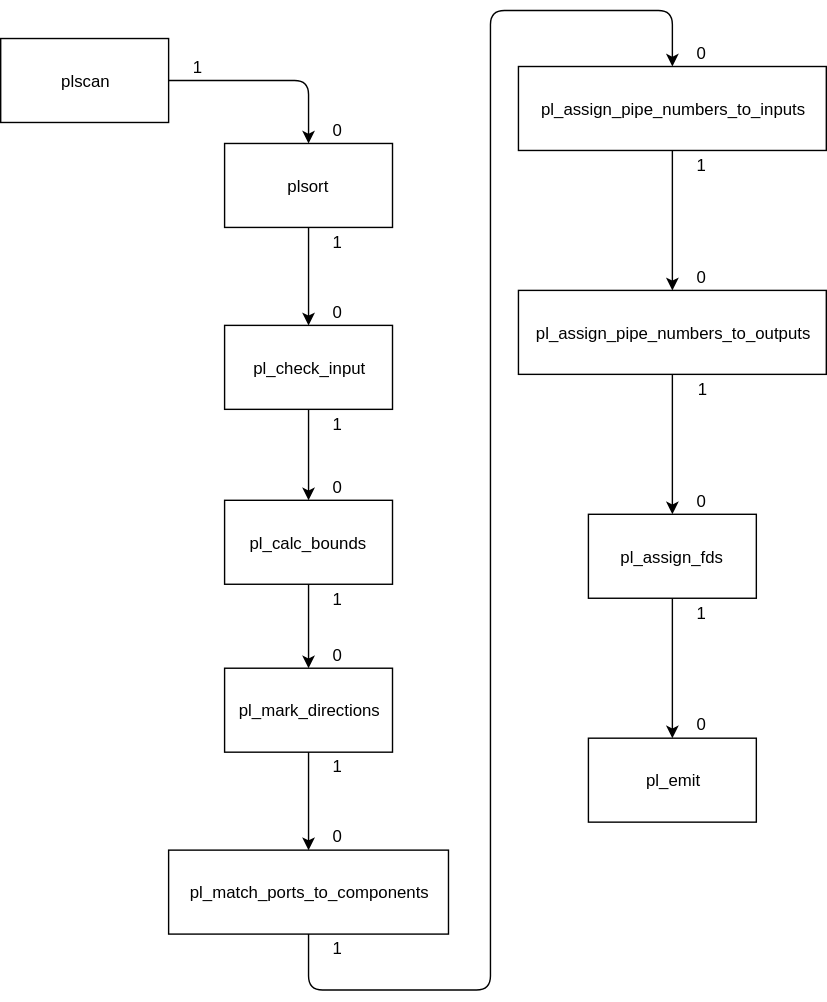
bmfbp/bmfbp keeps this draw.io diagram as bootstrap-svg/yed_compiler_as_svg.svg. Above is the earlier version. Source tidied: cells renumbered, new cells last; positions are measured from the earlier drawing's top-left corner, leaving out a move shared by most shapes.
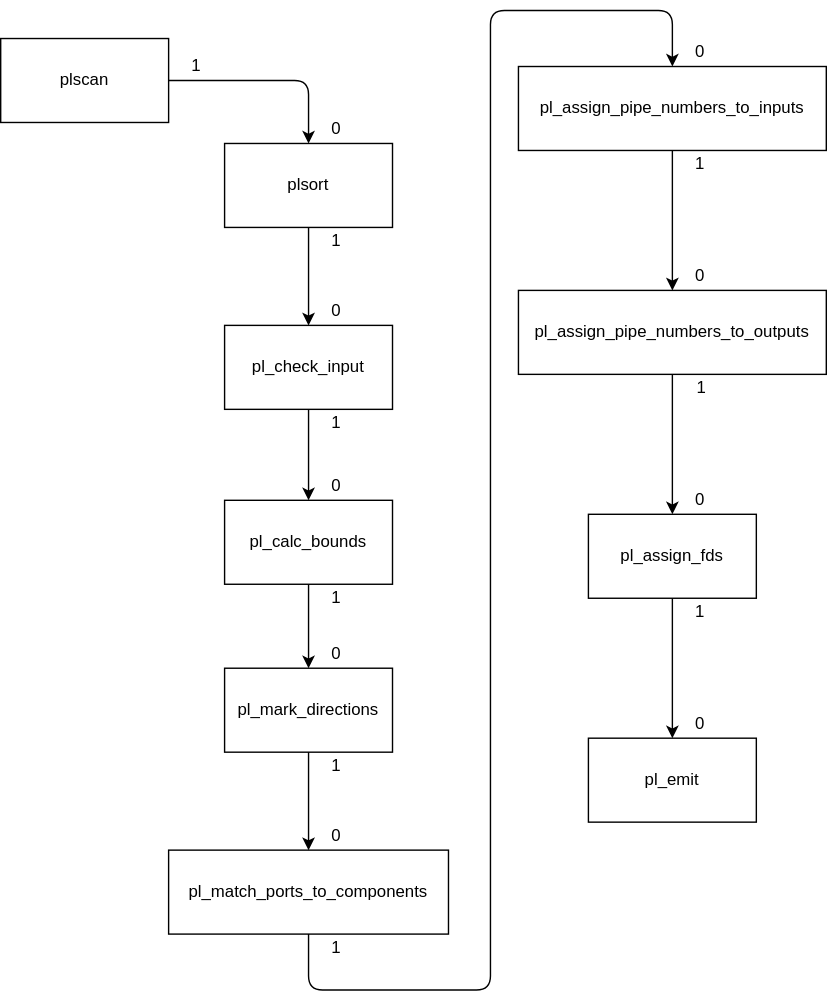
Later version of the same file.

Commit message:
turned off word-wrap

Diff of the diagram source:
```diff
@@ -2,28 +2,28 @@
   <root>
     <mxCell id="0" />
     <mxCell id="1" parent="0" />
-    <mxCell id="2" value="plscan" style="rounded=0;whiteSpace=wrap;" parent="1" vertex="1">
+    <mxCell id="2" value="plscan" style="rounded=0;" parent="1" vertex="1">
       <mxGeometry y="20" width="120" height="60" as="geometry" />
     </mxCell>
-    <mxCell id="3" value="plsort" style="rounded=0;whiteSpace=wrap;" parent="1" vertex="1">
+    <mxCell id="3" value="plsort" style="rounded=0;" parent="1" vertex="1">
       <mxGeometry x="160" y="95" width="120" height="60" as="geometry" />
     </mxCell>
-    <mxCell id="4" value="pl_mark_directions" style="rounded=0;whiteSpace=wrap;" parent="1" vertex="1">
+    <mxCell id="4" value="pl_mark_directions" style="rounded=0;" parent="1" vertex="1">
       <mxGeometry x="160" y="470" width="120" height="60" as="geometry" />
     </mxCell>
-    <mxCell id="5" value="pl_match_ports_to_components" style="rounded=0;whiteSpace=wrap;" parent="1" vertex="1">
+    <mxCell id="5" value="pl_match_ports_to_components" style="rounded=0;" parent="1" vertex="1">
       <mxGeometry x="120" y="600" width="200" height="60" as="geometry" />
     </mxCell>
-    <mxCell id="6" value="pl_assign_pipe_numbers_to_inputs" style="rounded=0;whiteSpace=wrap;" parent="1" vertex="1">
+    <mxCell id="6" value="pl_assign_pipe_numbers_to_inputs" style="rounded=0;" parent="1" vertex="1">
       <mxGeometry x="370" y="40" width="220" height="60" as="geometry" />
     </mxCell>
-    <mxCell id="7" value="pl_assign_pipe_numbers_to_outputs" style="rounded=0;whiteSpace=wrap;" parent="1" vertex="1">
+    <mxCell id="7" value="pl_assign_pipe_numbers_to_outputs" style="rounded=0;" parent="1" vertex="1">
       <mxGeometry x="370" y="200" width="220" height="60" as="geometry" />
     </mxCell>
-    <mxCell id="8" value="pl_assign_fds" style="rounded=0;whiteSpace=wrap;" parent="1" vertex="1">
+    <mxCell id="8" value="pl_assign_fds" style="rounded=0;" parent="1" vertex="1">
       <mxGeometry x="420" y="360" width="120" height="60" as="geometry" />
     </mxCell>
-    <mxCell id="9" value="pl_emit" style="rounded=0;whiteSpace=wrap;" parent="1" vertex="1">
+    <mxCell id="9" value="pl_emit" style="rounded=0;" parent="1" vertex="1">
       <mxGeometry x="420" y="520" width="120" height="60" as="geometry" />
     </mxCell>
     <mxCell id="10" style="endArrow=classic;entryX=0.5;entryY=0;exitX=1;exitY=0.5;" parent="1" edge="1" source="2" target="3">
@@ -55,73 +55,73 @@
         </Array>
       </mxGeometry>
     </mxCell>
-    <mxCell id="16" value="0" style="text;strokeColor=none;fillColor=none;align=center;verticalAlign=middle;whiteSpace=wrap;rounded=0;" parent="1" vertex="1">
+    <mxCell id="16" value="0" style="text;strokeColor=none;fillColor=none;align=center;verticalAlign=middle;rounded=0;" parent="1" vertex="1">
       <mxGeometry x="220" y="75" width="40" height="20" as="geometry" />
     </mxCell>
-    <mxCell id="17" value="0" style="text;strokeColor=none;fillColor=none;align=center;verticalAlign=middle;whiteSpace=wrap;rounded=0;" parent="1" vertex="1">
+    <mxCell id="17" value="0" style="text;strokeColor=none;fillColor=none;align=center;verticalAlign=middle;rounded=0;" parent="1" vertex="1">
       <mxGeometry x="220" y="580" width="40" height="20" as="geometry" />
     </mxCell>
-    <mxCell id="18" value="0" style="text;strokeColor=none;fillColor=none;align=center;verticalAlign=middle;whiteSpace=wrap;rounded=0;" parent="1" vertex="1">
+    <mxCell id="18" value="0" style="text;strokeColor=none;fillColor=none;align=center;verticalAlign=middle;rounded=0;" parent="1" vertex="1">
       <mxGeometry x="220" y="450" width="40" height="20" as="geometry" />
     </mxCell>
-    <mxCell id="19" value="0" style="text;strokeColor=none;fillColor=none;align=center;verticalAlign=middle;rounded=0;whiteSpace=wrap;" parent="1" vertex="1">
+    <mxCell id="19" value="0" style="text;strokeColor=none;fillColor=none;align=center;verticalAlign=middle;rounded=0;" parent="1" vertex="1">
       <mxGeometry x="480" y="20" width="40" height="20" as="geometry" />
     </mxCell>
-    <mxCell id="20" value="0" style="text;strokeColor=none;fillColor=none;align=center;verticalAlign=middle;whiteSpace=wrap;rounded=0;" parent="1" vertex="1">
+    <mxCell id="20" value="0" style="text;strokeColor=none;fillColor=none;align=center;verticalAlign=middle;rounded=0;" parent="1" vertex="1">
       <mxGeometry x="480" y="180" width="40" height="20" as="geometry" />
     </mxCell>
-    <mxCell id="21" value="0" style="text;strokeColor=none;fillColor=none;align=center;verticalAlign=middle;whiteSpace=wrap;rounded=0;" parent="1" vertex="1">
+    <mxCell id="21" value="0" style="text;strokeColor=none;fillColor=none;align=center;verticalAlign=middle;rounded=0;" parent="1" vertex="1">
       <mxGeometry x="480" y="340" width="40" height="20" as="geometry" />
     </mxCell>
-    <mxCell id="22" value="0" style="text;strokeColor=none;fillColor=none;align=center;verticalAlign=middle;whiteSpace=wrap;rounded=0;" parent="1" vertex="1">
+    <mxCell id="22" value="0" style="text;strokeColor=none;fillColor=none;align=center;verticalAlign=middle;rounded=0;" parent="1" vertex="1">
       <mxGeometry x="480" y="500" width="40" height="20" as="geometry" />
     </mxCell>
-    <mxCell id="23" value="1" style="text;strokeColor=none;fillColor=none;align=center;verticalAlign=middle;whiteSpace=wrap;rounded=0;" parent="1" vertex="1">
+    <mxCell id="23" value="1" style="text;strokeColor=none;fillColor=none;align=center;verticalAlign=middle;rounded=0;" parent="1" vertex="1">
       <mxGeometry x="481" y="260" width="40" height="20" as="geometry" />
     </mxCell>
-    <mxCell id="24" value="1" style="text;strokeColor=none;fillColor=none;align=center;verticalAlign=middle;whiteSpace=wrap;rounded=0;" parent="1" vertex="1">
+    <mxCell id="24" value="1" style="text;strokeColor=none;fillColor=none;align=center;verticalAlign=middle;rounded=0;" parent="1" vertex="1">
       <mxGeometry x="120" y="30" width="40" height="20" as="geometry" />
     </mxCell>
-    <mxCell id="25" value="1" style="text;strokeColor=none;fillColor=none;align=center;verticalAlign=middle;whiteSpace=wrap;rounded=0;" parent="1" vertex="1">
+    <mxCell id="25" value="1" style="text;strokeColor=none;fillColor=none;align=center;verticalAlign=middle;rounded=0;" parent="1" vertex="1">
       <mxGeometry x="220" y="155" width="40" height="20" as="geometry" />
     </mxCell>
-    <mxCell id="26" value="1" style="text;strokeColor=none;fillColor=none;align=center;verticalAlign=middle;whiteSpace=wrap;rounded=0;" parent="1" vertex="1">
+    <mxCell id="26" value="1" style="text;strokeColor=none;fillColor=none;align=center;verticalAlign=middle;rounded=0;" parent="1" vertex="1">
       <mxGeometry x="480" y="100" width="40" height="20" as="geometry" />
     </mxCell>
-    <mxCell id="27" value="1" style="text;strokeColor=none;fillColor=none;align=center;verticalAlign=middle;whiteSpace=wrap;rounded=0;" parent="1" vertex="1">
+    <mxCell id="27" value="1" style="text;strokeColor=none;fillColor=none;align=center;verticalAlign=middle;rounded=0;" parent="1" vertex="1">
       <mxGeometry x="480" y="420" width="40" height="20" as="geometry" />
     </mxCell>
-    <mxCell id="28" value="1" style="text;strokeColor=none;fillColor=none;align=center;verticalAlign=middle;whiteSpace=wrap;rounded=0;" parent="1" vertex="1">
+    <mxCell id="28" value="1" style="text;strokeColor=none;fillColor=none;align=center;verticalAlign=middle;rounded=0;" parent="1" vertex="1">
       <mxGeometry x="220" y="660" width="40" height="20" as="geometry" />
     </mxCell>
-    <mxCell id="29" value="1" style="text;strokeColor=none;fillColor=none;align=center;verticalAlign=middle;whiteSpace=wrap;rounded=0;" parent="1" vertex="1">
+    <mxCell id="29" value="1" style="text;strokeColor=none;fillColor=none;align=center;verticalAlign=middle;rounded=0;" parent="1" vertex="1">
       <mxGeometry x="220" y="530" width="40" height="20" as="geometry" />
     </mxCell>
     <mxCell id="30" style="endArrow=classic;html=1;entryX=0.5;entryY=0;exitX=0.5;exitY=1;" parent="1" edge="1" source="32" target="4">
       <mxGeometry relative="1" as="geometry" />
     </mxCell>
-    <mxCell id="31" value="pl_check_input" style="rounded=0;whiteSpace=wrap;" parent="1" vertex="1">
+    <mxCell id="31" value="pl_check_input" style="rounded=0;" parent="1" vertex="1">
       <mxGeometry x="160" y="225" width="120" height="60" as="geometry" />
     </mxCell>
-    <mxCell id="32" value="pl_calc_bounds" style="rounded=0;whiteSpace=wrap;" parent="1" vertex="1">
+    <mxCell id="32" value="pl_calc_bounds" style="rounded=0;" parent="1" vertex="1">
       <mxGeometry x="160" y="350" width="120" height="60" as="geometry" />
     </mxCell>
     <mxCell id="33" style="endArrow=classic;entryX=0.5;entryY=0;exitX=0.5;exitY=1;" parent="1" edge="1" source="31" target="32">
       <mxGeometry relative="1" as="geometry" />
     </mxCell>
-    <mxCell id="34" value="0" style="text;strokeColor=none;fillColor=none;align=center;verticalAlign=middle;whiteSpace=wrap;rounded=0;" parent="1" vertex="1">
+    <mxCell id="34" value="0" style="text;strokeColor=none;fillColor=none;align=center;verticalAlign=middle;rounded=0;" parent="1" vertex="1">
       <mxGeometry x="220" y="330" width="40" height="20" as="geometry" />
     </mxCell>
-    <mxCell id="35" value="1" style="text;strokeColor=none;fillColor=none;align=center;verticalAlign=middle;whiteSpace=wrap;rounded=0;" parent="1" vertex="1">
+    <mxCell id="35" value="1" style="text;strokeColor=none;fillColor=none;align=center;verticalAlign=middle;rounded=0;" parent="1" vertex="1">
       <mxGeometry x="220" y="285" width="40" height="20" as="geometry" />
     </mxCell>
-    <mxCell id="36" value="1" style="text;strokeColor=none;fillColor=none;align=center;verticalAlign=middle;whiteSpace=wrap;rounded=0;" parent="1" vertex="1">
+    <mxCell id="36" value="1" style="text;strokeColor=none;fillColor=none;align=center;verticalAlign=middle;rounded=0;" parent="1" vertex="1">
       <mxGeometry x="220" y="410" width="40" height="20" as="geometry" />
     </mxCell>
     <mxCell id="37" style="endArrow=classic;html=1;exitX=0.5;exitY=1;entryX=0.5;entryY=0;" parent="1" edge="1" source="3" target="31">
       <mxGeometry relative="1" as="geometry" />
     </mxCell>
-    <mxCell id="38" value="0" style="text;strokeColor=none;fillColor=none;align=center;verticalAlign=middle;whiteSpace=wrap;rounded=0;" parent="1" vertex="1">
+    <mxCell id="38" value="0" style="text;strokeColor=none;fillColor=none;align=center;verticalAlign=middle;rounded=0;" parent="1" vertex="1">
       <mxGeometry x="220" y="205" width="40" height="20" as="geometry" />
     </mxCell>
   </root>
```
